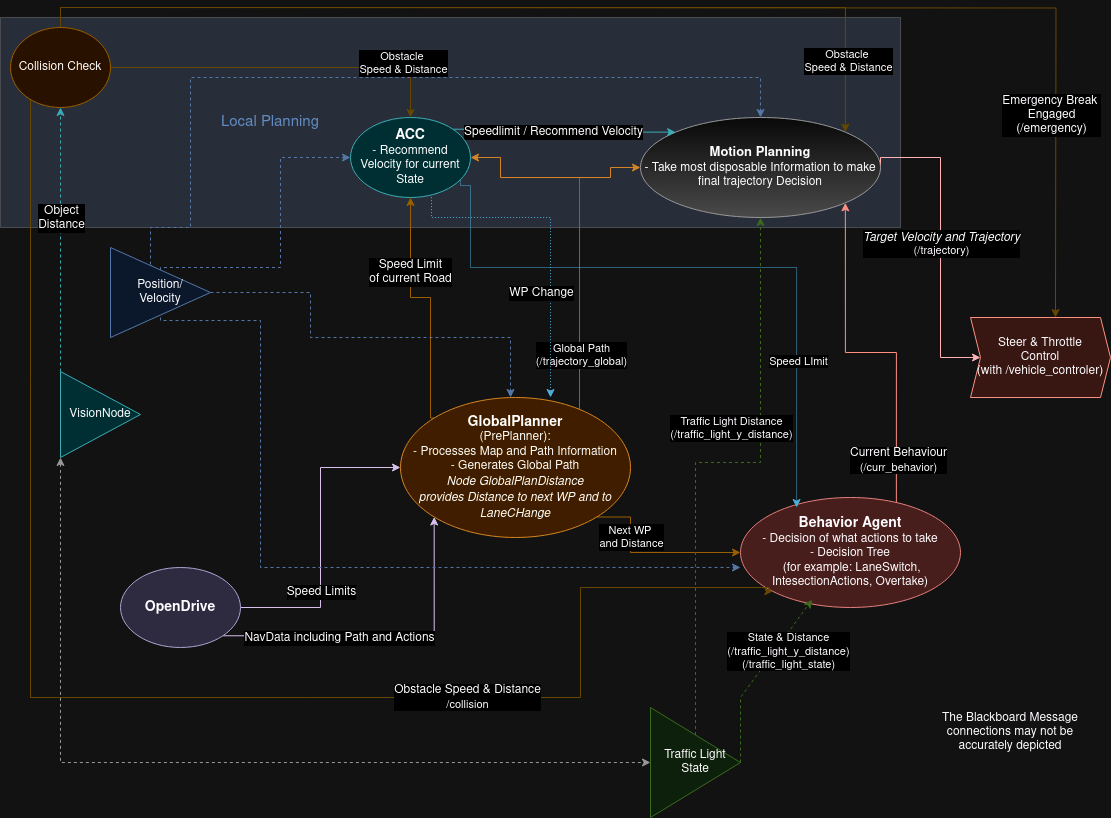
una-auxme/paf keeps this draw.io diagram as doc/assets/planning/planning_structure.png. Above is the earlier version. Source tidied: cells renumbered, new cells last; positions are measured from the earlier drawing's top-left corner, leaving out a move shared by most shapes.
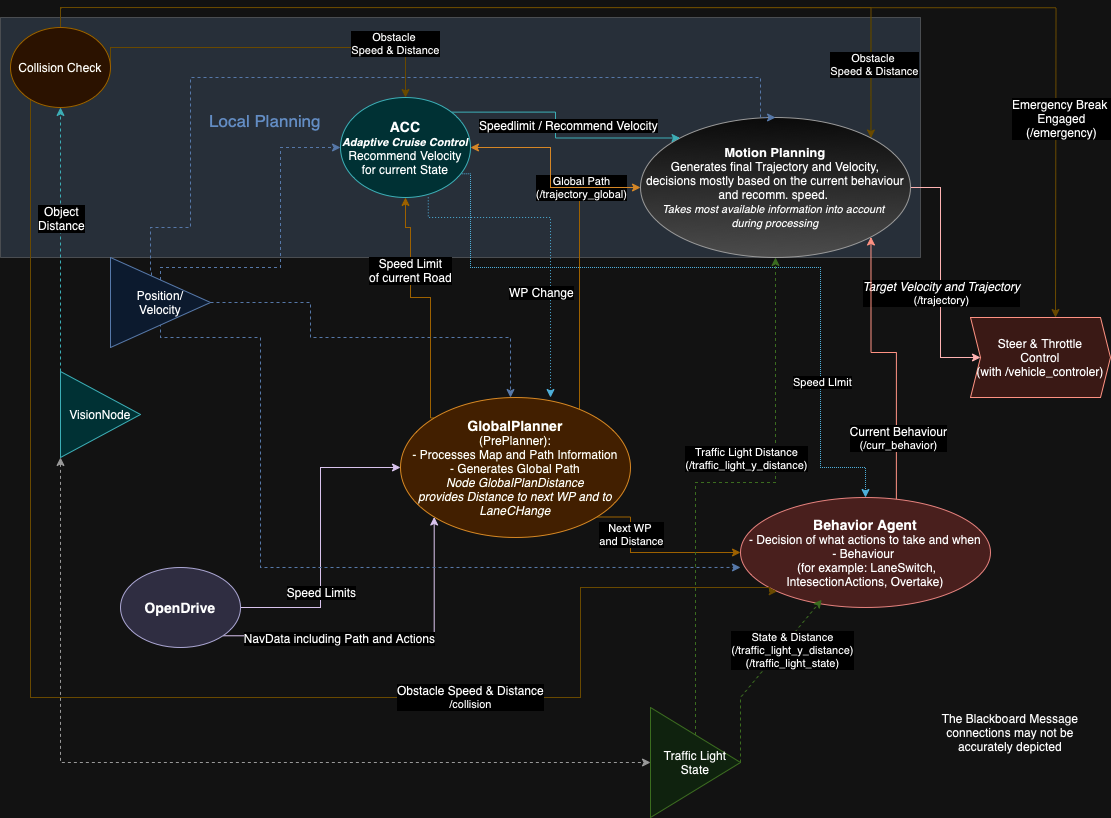
The same diagram one commit later.

Commit message:
Modified planning structure image: Changing description of motion planner and acc

Change to the diagram source:
```diff
@@ -3,14 +3,16 @@
     <mxCell id="0" />
     <mxCell id="1" parent="0" />
     <mxCell id="2" style="rounded=0;whiteSpace=wrap;html=1;fillColor=#3D6694;strokeColor=default;opacity=20;" parent="1" vertex="1">
-      <mxGeometry y="10" width="900" height="210" as="geometry" />
+      <mxGeometry y="10" width="920" height="240" as="geometry" />
     </mxCell>
-    <mxCell id="3" style="edgeStyle=orthogonalEdgeStyle;rounded=0;jettySize=auto;html=1;exitX=0;exitY=0;exitDx=0;exitDy=0;entryX=0.5;entryY=1;entryDx=0;entryDy=0;fillColor=#ffe6cc;strokeColor=#d79b00;" parent="1" edge="1" source="9" target="51">
+    <mxCell id="3" style="edgeStyle=orthogonalEdgeStyle;rounded=0;jettySize=auto;html=1;exitX=0;exitY=0;exitDx=0;exitDy=0;fillColor=#ffe6cc;strokeColor=#d79b00;entryX=0.5;entryY=1;entryDx=0;entryDy=0;" parent="1" edge="1" source="9" target="51">
       <mxGeometry relative="1" as="geometry">
         <Array as="points">
           <mxPoint x="430" y="411" />
           <mxPoint x="430" y="290" />
           <mxPoint x="410" y="290" />
+          <mxPoint x="410" y="220" />
+          <mxPoint x="405" y="220" />
         </Array>
       </mxGeometry>
     </mxCell>
@@ -21,15 +23,17 @@
     </mxCell>
     <mxCell id="5" style="edgeStyle=orthogonalEdgeStyle;rounded=0;jettySize=auto;html=1;fillColor=#ffcd28;gradientColor=#ffa500;strokeColor=#d79b00;exitX=1;exitY=0;exitDx=0;exitDy=0;endArrow=none;endFill=0;" parent="1" edge="1" source="9">
       <mxGeometry relative="1" as="geometry">
-        <mxPoint x="570" y="170" as="targetPoint" />
+        <mxPoint x="580" y="180" as="targetPoint" />
         <Array as="points">
-          <mxPoint x="579" y="170" />
+          <mxPoint x="579" y="411" />
+          <mxPoint x="579" y="180" />
+          <mxPoint x="570" y="180" />
         </Array>
       </mxGeometry>
     </mxCell>
     <mxCell id="6" value="&lt;div&gt;Global Path&lt;/div&gt;&lt;div&gt;(/trajectory_global)&lt;br&gt;&lt;/div&gt;" style="edgeLabel;html=1;align=center;verticalAlign=middle;" parent="5" vertex="1">
       <mxGeometry x="-0.1" y="1" relative="1" as="geometry">
-        <mxPoint x="2" y="40" as="offset" />
+        <mxPoint x="2" y="-128" as="offset" />
       </mxGeometry>
     </mxCell>
     <mxCell id="7" style="edgeStyle=orthogonalEdgeStyle;rounded=0;jettySize=auto;html=1;exitX=1;exitY=1;exitDx=0;exitDy=0;entryX=0;entryY=0.5;entryDx=0;entryDy=0;fillColor=#ffe6cc;strokeColor=#d79b00;" parent="1" edge="1" source="9" target="24">
@@ -42,7 +46,7 @@
     </mxCell>
     <mxCell id="8" value="&lt;div&gt;Next WP&amp;nbsp;&lt;/div&gt;&lt;div&gt;and Distance&lt;/div&gt;" style="edgeLabel;html=1;align=center;verticalAlign=middle;" parent="7" vertex="1">
       <mxGeometry x="-0.36" y="4" relative="1" as="geometry">
-        <mxPoint x="-4" y="-3" as="offset" />
+        <mxPoint x="-4" y="-6" as="offset" />
       </mxGeometry>
     </mxCell>
     <mxCell id="9" value="&lt;div style=&quot;font-size: 14px;&quot;&gt;&lt;b&gt;GlobalPlanner&lt;/b&gt;&lt;/div&gt;&lt;div&gt;(PrePlanner):&lt;/div&gt;&lt;div&gt;- Processes Map and Path Information&lt;/div&gt;&lt;div&gt;- Generates Global Path&lt;/div&gt;&lt;div&gt;&lt;i&gt;Node GlobalPlanDistance&lt;/i&gt;&lt;/div&gt;&lt;div&gt;&lt;i&gt;provides Distance to next WP and to LaneCHange&lt;/i&gt;&lt;br&gt;&lt;/div&gt;" style="ellipse;whiteSpace=wrap;html=1;fillColor=#fad7ac;strokeColor=#b46504;" parent="1" vertex="1">
@@ -70,7 +74,7 @@
     <mxCell id="15" style="edgeStyle=orthogonalEdgeStyle;rounded=0;jettySize=auto;html=1;exitX=1;exitY=0.5;exitDx=0;exitDy=0;entryX=0;entryY=0.5;entryDx=0;entryDy=0;fillColor=#e51400;strokeColor=#B20000;" parent="1" edge="1" source="18" target="21">
       <mxGeometry relative="1" as="geometry">
         <Array as="points">
-          <mxPoint x="940" y="150" />
+          <mxPoint x="940" y="180" />
           <mxPoint x="940" y="350" />
         </Array>
       </mxGeometry>
@@ -83,21 +87,21 @@
     <mxCell id="17" style="edgeStyle=orthogonalEdgeStyle;rounded=0;jettySize=auto;html=1;exitX=0;exitY=0.5;exitDx=0;exitDy=0;entryX=1;entryY=0.5;entryDx=0;entryDy=0;startArrow=classic;startFill=1;fillColor=#fad7ac;strokeColor=#b46504;" parent="1" edge="1" source="18" target="51">
       <mxGeometry relative="1" as="geometry">
         <Array as="points">
-          <mxPoint x="610" y="160" />
-          <mxPoint x="610" y="170" />
-          <mxPoint x="500" y="170" />
-          <mxPoint x="500" y="150" />
+          <mxPoint x="550" y="180" />
+          <mxPoint x="550" y="140" />
         </Array>
       </mxGeometry>
     </mxCell>
-    <mxCell id="18" value="&lt;div&gt;&lt;font style=&quot;font-size: 13px;&quot;&gt;&lt;b&gt;Motion Planning&lt;/b&gt;&lt;/font&gt;&lt;/div&gt;&lt;div&gt;&lt;font style=&quot;font-size: 12px;&quot;&gt;- Take most disposable Information to make final trajectory Decision&lt;/font&gt;&lt;/div&gt;" style="ellipse;whiteSpace=wrap;html=1;fillColor=#f5f5f5;strokeColor=#666666;gradientColor=#b3b3b3;" parent="1" vertex="1">
-      <mxGeometry x="640" y="110" width="240" height="100" as="geometry" />
+    <mxCell id="18" value="&lt;div&gt;&lt;font style=&quot;font-size: 13px;&quot;&gt;&lt;b&gt;Motion Planning&lt;/b&gt;&lt;/font&gt;&lt;/div&gt;&lt;div&gt;&amp;nbsp;Generates final Trajectory and Velocity,&amp;nbsp;&lt;/div&gt;&lt;div&gt;decisions mostly based on the current behaviour and recomm. speed.&amp;nbsp;&lt;/div&gt;&lt;div&gt;&lt;font&gt;&lt;i&gt;&lt;span style=&quot;font-size: 11px;&quot;&gt;Takes most available information into account&amp;nbsp;&lt;/span&gt;&lt;/i&gt;&lt;/font&gt;&lt;/div&gt;&lt;div&gt;&lt;font&gt;&lt;i&gt;&lt;span style=&quot;font-size: 11px;&quot;&gt;during processing&lt;/span&gt;&lt;/i&gt;&lt;/font&gt;&lt;/div&gt;" style="ellipse;whiteSpace=wrap;html=1;fillColor=#f5f5f5;strokeColor=#666666;gradientColor=#b3b3b3;" parent="1" vertex="1">
+      <mxGeometry x="640" y="110" width="270" height="140" as="geometry" />
     </mxCell>
     <mxCell id="19" style="edgeStyle=orthogonalEdgeStyle;rounded=0;jettySize=auto;html=1;exitX=1;exitY=0;exitDx=0;exitDy=0;entryX=0;entryY=0;entryDx=0;entryDy=0;fillColor=#b0e3e6;strokeColor=#0e8088;" parent="1" edge="1" source="51" target="18">
       <mxGeometry relative="1" as="geometry" />
     </mxCell>
     <mxCell id="20" value="&lt;font style=&quot;font-size: 12px;&quot;&gt;Speedlimit / Recommend Velocity&lt;br&gt;&lt;/font&gt;" style="edgeLabel;html=1;align=center;verticalAlign=middle;" parent="19" vertex="1">
-      <mxGeometry x="-0.12" y="-3" relative="1" as="geometry" />
+      <mxGeometry x="-0.12" y="-3" relative="1" as="geometry">
+        <mxPoint x="15" y="5" as="offset" />
+      </mxGeometry>
     </mxCell>
     <mxCell id="21" value="&lt;div&gt;Steer &amp;amp; Throttle&lt;/div&gt;&lt;div&gt;Control&lt;br&gt;&lt;/div&gt;&lt;div&gt;(with /vehicle_controler)&lt;br&gt;&lt;/div&gt;" style="shape=step;perimeter=stepPerimeter;whiteSpace=wrap;html=1;fixedSize=1;size=10;fillColor=#fad9d5;strokeColor=#ae4132;" parent="1" vertex="1">
       <mxGeometry x="970" y="310" width="140" height="80" as="geometry" />
@@ -107,15 +111,17 @@
         <mxPoint x="895.9" y="499.3" as="sourcePoint" />
         <Array as="points">
           <mxPoint x="896" y="345" />
-          <mxPoint x="845" y="345" />
+          <mxPoint x="871" y="345" />
         </Array>
       </mxGeometry>
     </mxCell>
     <mxCell id="23" value="&lt;div&gt;&lt;font style=&quot;font-size: 12px;&quot;&gt;Current Behaviour&lt;/font&gt;&lt;/div&gt;(/curr_behavior)" style="edgeLabel;html=1;align=center;verticalAlign=middle;" parent="22" vertex="1">
-      <mxGeometry x="-0.74" y="-2" relative="1" as="geometry" />
+      <mxGeometry x="-0.74" y="-2" relative="1" as="geometry">
+        <mxPoint y="-30" as="offset" />
+      </mxGeometry>
     </mxCell>
-    <mxCell id="24" value="&lt;div&gt;&lt;b&gt;&lt;font style=&quot;font-size: 14px;&quot;&gt;Behavior Agent&lt;/font&gt;&lt;/b&gt;&lt;/div&gt;&lt;div&gt;- Decision of what actions to take&lt;/div&gt;&lt;div&gt;- Decision Tree&lt;br&gt;&lt;/div&gt;&lt;div&gt;&amp;nbsp;(for example: LaneSwitch,&lt;/div&gt;&lt;div&gt;IntesectionActions, Overtake)&lt;br&gt;&lt;/div&gt;" style="ellipse;whiteSpace=wrap;html=1;fillColor=#f8cecc;strokeColor=#b85450;" parent="1" vertex="1">
-      <mxGeometry x="740" y="490" width="220" height="110" as="geometry" />
+    <mxCell id="24" value="&lt;div&gt;&lt;b&gt;&lt;font style=&quot;font-size: 14px;&quot;&gt;Behavior Agent&lt;/font&gt;&lt;/b&gt;&lt;/div&gt;&lt;div&gt;- Decision of what actions to take and when&lt;/div&gt;&lt;div&gt;- Behaviour&amp;nbsp;&lt;br&gt;&lt;/div&gt;&lt;div&gt;&amp;nbsp;(for example: LaneSwitch,&lt;/div&gt;&lt;div&gt;IntesectionActions, Overtake)&lt;br&gt;&lt;/div&gt;" style="ellipse;whiteSpace=wrap;html=1;fillColor=#f8cecc;strokeColor=#b85450;" parent="1" vertex="1">
+      <mxGeometry x="740" y="490" width="250" height="110" as="geometry" />
     </mxCell>
     <mxCell id="25" style="endArrow=classic;html=1;rounded=0;entryX=0.325;entryY=0.93;entryDx=0;entryDy=0;entryPerimeter=0;exitX=1;exitY=0.5;exitDx=0;exitDy=0;dashed=1;fillColor=#d5e8d4;strokeColor=#82b366;" parent="1" edge="1" source="34" target="24">
       <mxGeometry relative="1" as="geometry">
@@ -134,14 +140,14 @@
         <Array as="points">
           <mxPoint x="160" y="260" />
           <mxPoint x="280" y="260" />
-          <mxPoint x="280" y="150" />
+          <mxPoint x="280" y="140" />
         </Array>
       </mxGeometry>
     </mxCell>
     <mxCell id="28" style="edgeStyle=orthogonalEdgeStyle;rounded=0;jettySize=auto;html=1;exitX=1;exitY=0.5;exitDx=0;exitDy=0;entryX=0.474;entryY=0.007;entryDx=0;entryDy=0;dashed=1;fillColor=#dae8fc;strokeColor=#6c8ebf;entryPerimeter=0;" parent="1" edge="1" source="31" target="9">
       <mxGeometry relative="1" as="geometry">
         <Array as="points">
-          <mxPoint x="310" y="285" />
+          <mxPoint x="310" y="295" />
           <mxPoint x="310" y="330" />
           <mxPoint x="510" y="330" />
           <mxPoint x="510" y="390" />
@@ -152,8 +158,8 @@
       <mxGeometry relative="1" as="geometry">
         <mxPoint x="160" y="310" as="sourcePoint" />
         <Array as="points">
-          <mxPoint x="160" y="313" />
-          <mxPoint x="260" y="313" />
+          <mxPoint x="160" y="330" />
+          <mxPoint x="260" y="330" />
           <mxPoint x="260" y="560" />
         </Array>
       </mxGeometry>
@@ -171,7 +177,7 @@
       </mxGeometry>
     </mxCell>
     <mxCell id="31" value="&lt;div&gt;Position/&lt;/div&gt;&lt;div&gt;Velocity&lt;br&gt;&lt;/div&gt;" style="triangle;whiteSpace=wrap;html=1;fillColor=#dae8fc;strokeColor=#6c8ebf;" parent="1" vertex="1">
-      <mxGeometry x="110" y="240" width="100" height="90" as="geometry" />
+      <mxGeometry x="110" y="250" width="100" height="90" as="geometry" />
     </mxCell>
     <mxCell id="32" style="edgeStyle=orthogonalEdgeStyle;rounded=0;jettySize=auto;html=1;exitX=0.5;exitY=0;exitDx=0;exitDy=0;dashed=1;fillColor=#d5e8d4;strokeColor=#82b366;" parent="1" edge="1" source="34" target="18">
       <mxGeometry relative="1" as="geometry" />
@@ -191,7 +197,12 @@
       <mxGeometry x="0.85" y="3" relative="1" as="geometry" />
     </mxCell>
     <mxCell id="37" style="edgeStyle=orthogonalEdgeStyle;rounded=0;jettySize=auto;html=1;exitX=1;exitY=0.5;exitDx=0;exitDy=0;fillColor=#fff2cc;strokeColor=#d6b656;" parent="1" edge="1" source="44" target="51">
-      <mxGeometry relative="1" as="geometry" />
+      <mxGeometry relative="1" as="geometry">
+        <Array as="points">
+          <mxPoint x="110" y="40" />
+          <mxPoint x="405" y="40" />
+        </Array>
+      </mxGeometry>
     </mxCell>
     <mxCell id="38" value="&lt;div&gt;Obstacle&amp;nbsp;&lt;/div&gt;&lt;div&gt;Speed &amp;amp; Distance&lt;/div&gt;" style="edgeLabel;html=1;align=center;verticalAlign=middle;" parent="37" vertex="1">
       <mxGeometry x="0.69" y="4" relative="1" as="geometry">
@@ -206,7 +217,7 @@
     </mxCell>
     <mxCell id="40" value="&lt;div&gt;&lt;font style=&quot;font-size: 12px;&quot;&gt;Emergency Break&amp;nbsp;&lt;/font&gt;&lt;/div&gt;&lt;div&gt;&lt;font style=&quot;font-size: 12px;&quot;&gt;Engaged&lt;/font&gt;&lt;/div&gt;&lt;div&gt;&lt;font style=&quot;font-size: 12px;&quot;&gt;(/emergency)&lt;br&gt;&lt;/font&gt;&lt;/div&gt;" style="edgeLabel;html=1;align=center;verticalAlign=middle;" parent="39" vertex="1">
       <mxGeometry x="0.68" y="3" relative="1" as="geometry">
-        <mxPoint x="-8" y="7" as="offset" />
+        <mxPoint x="2" y="10" as="offset" />
       </mxGeometry>
     </mxCell>
     <mxCell id="41" style="edgeStyle=orthogonalEdgeStyle;rounded=0;jettySize=auto;html=1;exitX=0;exitY=0.75;exitDx=0;exitDy=0;entryX=0;entryY=1;entryDx=0;entryDy=0;fillColor=#fff2cc;strokeColor=#d6b656;" parent="1" edge="1" source="44" target="24">
@@ -231,13 +242,14 @@
     <mxCell id="44" value="Collision Check" style="whiteSpace=wrap;html=1;fillColor=#ffe6cc;strokeColor=#d79b00;shape=ellipse;perimeter=ellipsePerimeter;" parent="1" vertex="1">
       <mxGeometry x="10" y="20" width="100" height="80" as="geometry" />
     </mxCell>
-    <mxCell id="45" style="edgeStyle=orthogonalEdgeStyle;rounded=0;jettySize=auto;html=1;exitX=0.917;exitY=0.763;exitDx=0;exitDy=0;entryX=0.255;entryY=0.091;entryDx=0;entryDy=0;entryPerimeter=0;exitPerimeter=0;fillColor=#b1ddf0;strokeColor=#10739e;dashed=1;dashPattern=1 1;" parent="1" edge="1" source="51" target="24">
+    <mxCell id="45" style="edgeStyle=orthogonalEdgeStyle;rounded=0;jettySize=auto;html=1;exitX=0.917;exitY=0.763;exitDx=0;exitDy=0;exitPerimeter=0;fillColor=#b1ddf0;strokeColor=#10739e;dashed=1;dashPattern=1 1;entryX=0.5;entryY=0;entryDx=0;entryDy=0;" parent="1" edge="1" source="51" target="24">
       <mxGeometry relative="1" as="geometry">
         <Array as="points">
-          <mxPoint x="460" y="178" />
-          <mxPoint x="470" y="178" />
+          <mxPoint x="470" y="166" />
           <mxPoint x="470" y="260" />
-          <mxPoint x="796" y="260" />
+          <mxPoint x="820" y="260" />
+          <mxPoint x="820" y="460" />
+          <mxPoint x="865" y="460" />
         </Array>
       </mxGeometry>
     </mxCell>
@@ -269,11 +281,11 @@
         <mxPoint x="-3" y="7" as="offset" />
       </mxGeometry>
     </mxCell>
-    <mxCell id="51" value="&lt;div&gt;&lt;b&gt;&lt;font style=&quot;font-size: 14px;&quot;&gt;ACC&lt;/font&gt;&lt;br&gt;&lt;/b&gt;&lt;/div&gt;&lt;div&gt;- Recommend Velocity for current State&lt;br&gt;&lt;/div&gt;" style="ellipse;whiteSpace=wrap;html=1;fillColor=#b0e3e6;strokeColor=#0e8088;" parent="1" vertex="1">
-      <mxGeometry x="350" y="110" width="120" height="80" as="geometry" />
+    <mxCell id="51" value="&lt;div&gt;&lt;b&gt;&lt;font style=&quot;font-size: 14px;&quot;&gt;ACC&lt;/font&gt;&lt;br&gt;&lt;/b&gt;&lt;/div&gt;&lt;div&gt;&lt;span style=&quot;font-size: 11px;&quot;&gt;&lt;font style=&quot;font-size: 11px;&quot;&gt;&lt;i&gt;&lt;b&gt;Adaptive Cruise Control&lt;/b&gt;&lt;/i&gt;&lt;/font&gt;&lt;/span&gt;&lt;/div&gt;&lt;div&gt;Recommend Velocity for current State&lt;br&gt;&lt;/div&gt;" style="ellipse;whiteSpace=wrap;html=1;fillColor=#b0e3e6;strokeColor=#0e8088;" parent="1" vertex="1">
+      <mxGeometry x="340" y="90" width="130" height="100" as="geometry" />
     </mxCell>
-    <mxCell id="52" value="&lt;font color=&quot;#527cb3&quot; style=&quot;font-size: 15px;&quot;&gt;Local Planning&lt;/font&gt;" style="text;html=1;align=center;verticalAlign=middle;whiteSpace=wrap;rounded=0;" parent="1" vertex="1">
-      <mxGeometry x="220" y="85" width="100" height="60" as="geometry" />
+    <mxCell id="52" value="&lt;font style=&quot;font-size: 17px;&quot; color=&quot;#527cb3&quot;&gt;Local Planning&lt;/font&gt;" style="text;html=1;align=center;verticalAlign=middle;whiteSpace=wrap;rounded=0;" parent="1" vertex="1">
+      <mxGeometry x="200" y="80" width="130" height="65" as="geometry" />
     </mxCell>
     <mxCell id="53" style="edgeStyle=orthogonalEdgeStyle;rounded=0;jettySize=auto;html=1;entryX=0.675;entryY=0.988;entryDx=0;entryDy=0;entryPerimeter=0;dashed=1;startArrow=classic;startFill=1;endArrow=none;endFill=0;fillColor=#b1ddf0;strokeColor=#10739e;dashPattern=1 2;" parent="1" edge="1" target="51">
       <mxGeometry relative="1" as="geometry">
```
